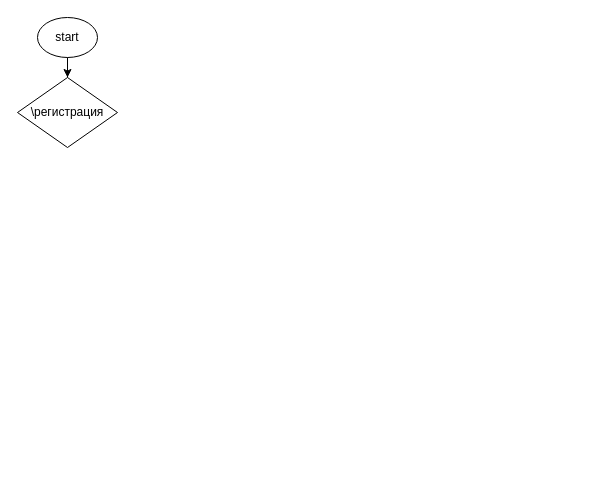
EvgeniiGud/draw keeps this draw.io diagram as auth_op_bot.drawio. Above is the earlier version. Source tidied: cells renumbered, new cells numbered last; positions are measured from the earlier drawing's top-left corner, leaving out a move shared by most shapes. Both pictures are drawn from the tidied source at 100%, with x=0, y=0 at pixel (17, 17).
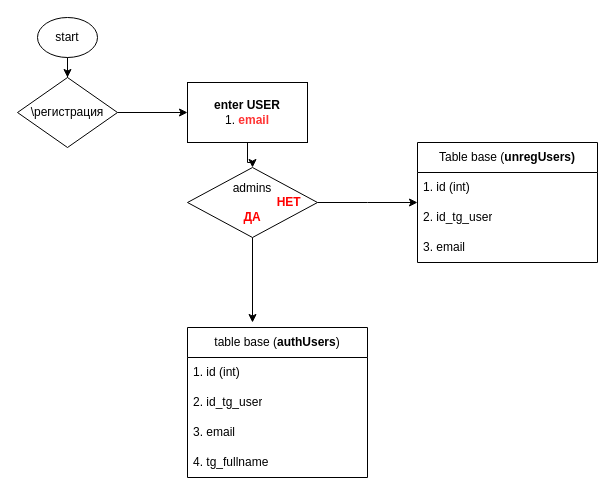
The same page after the edit.

The change refers to these unchanged cells:
```xml
<mxCell id="4" value="\регистрация" style="rhombus;whiteSpace=wrap;html=1;" parent="1" vertex="1">
  <mxGeometry y="60" width="100" height="70" as="geometry" />
</mxCell>
```

The edit, as a diff of the source:
```diff
@@
+    <mxCell id="5" style="edgeStyle=orthogonalEdgeStyle;rounded=0;jettySize=auto;html=1;" parent="1" edge="1" source="4" target="7">
+      <mxGeometry relative="1" as="geometry" />
+    </mxCell>
@@
+    <mxCell id="6" style="edgeStyle=orthogonalEdgeStyle;rounded=0;jettySize=auto;html=1;" parent="1" edge="1" source="7" target="10">
+      <mxGeometry relative="1" as="geometry" />
+    </mxCell>
+    <mxCell id="7" value="&lt;b&gt;enter USER&lt;/b&gt;&lt;br&gt;1. &lt;font color=&quot;#ff3333&quot;&gt;&lt;b&gt;email&lt;/b&gt;&lt;/font&gt;" style="whiteSpace=wrap;html=1;" parent="1" vertex="1">
+      <mxGeometry x="170" y="65" width="120" height="60" as="geometry" />
+    </mxCell>
+    <mxCell id="8" style="edgeStyle=orthogonalEdgeStyle;rounded=0;jettySize=auto;html=1;" parent="1" edge="1" source="10">
+      <mxGeometry relative="1" as="geometry">
+        <mxPoint x="400" y="185" as="targetPoint" />
+      </mxGeometry>
+    </mxCell>
+    <mxCell id="9" style="edgeStyle=orthogonalEdgeStyle;rounded=0;jettySize=auto;html=1;" parent="1" edge="1" source="10">
+      <mxGeometry relative="1" as="geometry">
+        <mxPoint x="235" y="305" as="targetPoint" />
+      </mxGeometry>
+    </mxCell>
+    <mxCell id="10" value="admins&lt;br&gt;&lt;div style=&quot;text-align: right;&quot;&gt;&lt;span style=&quot;background-color: initial;&quot;&gt;&lt;font color=&quot;#ff0000&quot;&gt;&lt;b&gt;&amp;nbsp; &amp;nbsp; &amp;nbsp; &amp;nbsp; &amp;nbsp; &amp;nbsp; &amp;nbsp; &amp;nbsp; &amp;nbsp; &amp;nbsp; &amp;nbsp; НЕТ&lt;/b&gt;&lt;/font&gt;&lt;/span&gt;&lt;/div&gt;&lt;div style=&quot;&quot;&gt;&lt;span style=&quot;background-color: initial;&quot;&gt;&lt;font color=&quot;#ff0000&quot;&gt;&lt;b&gt;ДА&lt;/b&gt;&lt;/font&gt;&lt;/span&gt;&lt;/div&gt;" style="rhombus;whiteSpace=wrap;html=1;" parent="1" vertex="1">
+      <mxGeometry x="170" y="150" width="130" height="70" as="geometry" />
+    </mxCell>
+    <mxCell id="11" value="table base (&lt;b&gt;authUsers&lt;/b&gt;)" style="swimlane;fontStyle=0;horizontal=1;startSize=30;whiteSpace=wrap;html=1;" parent="1" vertex="1">
+      <mxGeometry x="170" y="310" width="180" height="150" as="geometry" />
+    </mxCell>
+    <mxCell id="12" value="1. id (int)" style="text;strokeColor=none;fillColor=none;align=left;verticalAlign=middle;spacingLeft=4;spacingRight=4;overflow=hidden;whiteSpace=wrap;html=1;" parent="11" vertex="1">
+      <mxGeometry y="30" width="180" height="30" as="geometry" />
+    </mxCell>
+    <mxCell id="13" value="2. id_tg_user" style="text;strokeColor=none;fillColor=none;align=left;verticalAlign=middle;spacingLeft=4;spacingRight=4;overflow=hidden;whiteSpace=wrap;html=1;" parent="11" vertex="1">
+      <mxGeometry y="60" width="180" height="30" as="geometry" />
+    </mxCell>
+    <mxCell id="14" value="3. email" style="text;strokeColor=none;fillColor=none;align=left;verticalAlign=middle;spacingLeft=4;spacingRight=4;overflow=hidden;whiteSpace=wrap;html=1;" parent="11" vertex="1">
+      <mxGeometry y="90" width="180" height="30" as="geometry" />
+    </mxCell>
+    <mxCell id="15" value="4. tg_fullname" style="text;strokeColor=none;fillColor=none;align=left;verticalAlign=middle;spacingLeft=4;spacingRight=4;overflow=hidden;whiteSpace=wrap;html=1;" parent="11" vertex="1">
+      <mxGeometry y="120" width="180" height="30" as="geometry" />
+    </mxCell>
+    <mxCell id="16" value="Table base (&lt;b style=&quot;border-color: var(--border-color);&quot;&gt;unregUsers)&lt;/b&gt;" style="swimlane;fontStyle=0;horizontal=1;startSize=30;whiteSpace=wrap;html=1;" parent="1" vertex="1">
+      <mxGeometry x="400" y="125" width="180" height="120" as="geometry" />
+    </mxCell>
+    <mxCell id="17" value="1. id (int)" style="text;strokeColor=none;fillColor=none;align=left;verticalAlign=middle;spacingLeft=4;spacingRight=4;overflow=hidden;whiteSpace=wrap;html=1;" parent="16" vertex="1">
+      <mxGeometry y="30" width="180" height="30" as="geometry" />
+    </mxCell>
+    <mxCell id="18" value="2. id_tg_user" style="text;strokeColor=none;fillColor=none;align=left;verticalAlign=middle;spacingLeft=4;spacingRight=4;overflow=hidden;whiteSpace=wrap;html=1;" parent="16" vertex="1">
+      <mxGeometry y="60" width="180" height="30" as="geometry" />
+    </mxCell>
+    <mxCell id="19" value="3. email" style="text;strokeColor=none;fillColor=none;align=left;verticalAlign=middle;spacingLeft=4;spacingRight=4;overflow=hidden;whiteSpace=wrap;html=1;" parent="16" vertex="1">
+      <mxGeometry y="90" width="180" height="30" as="geometry" />
+    </mxCell>
```
